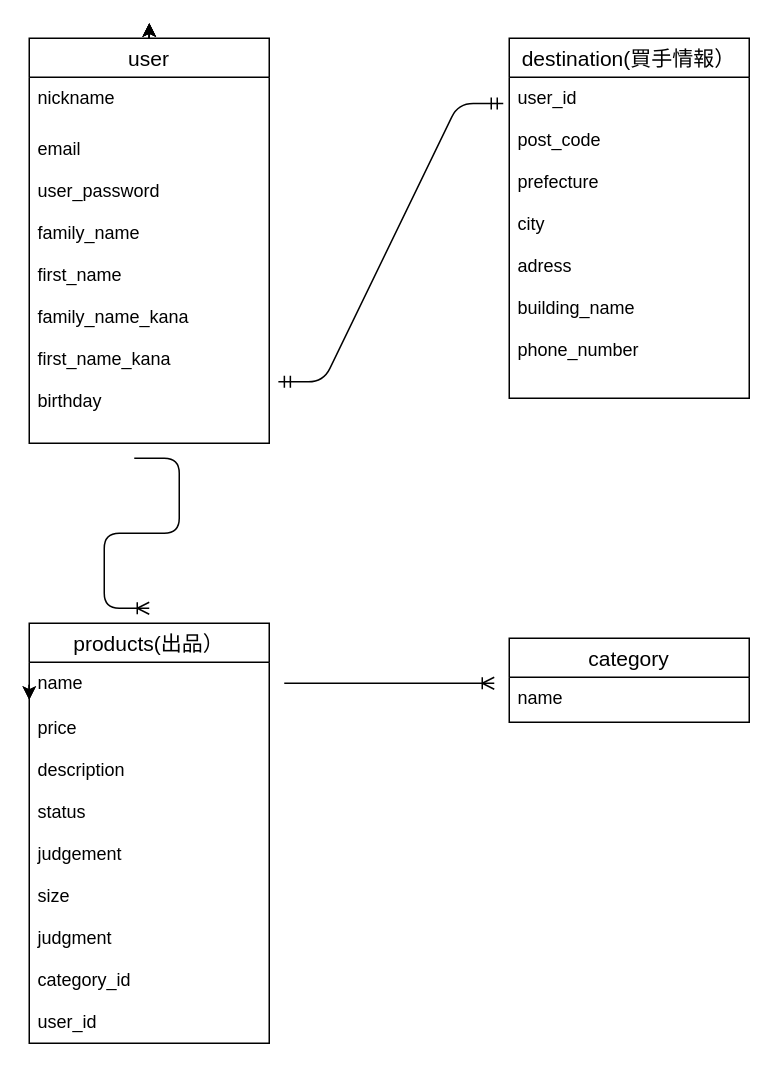
Before: page "ページ1" (1 of 3) of test.dio in kitou44/furima-30571, a draw.io diagram. Source tidied: cells renumbered, new cells numbered last; positions are measured from the earlier drawing's top-left corner, leaving out a move shared by most shapes. Both pictures are drawn from the tidied source at 150%, with x=0, y=0 at pixel (28, 22).
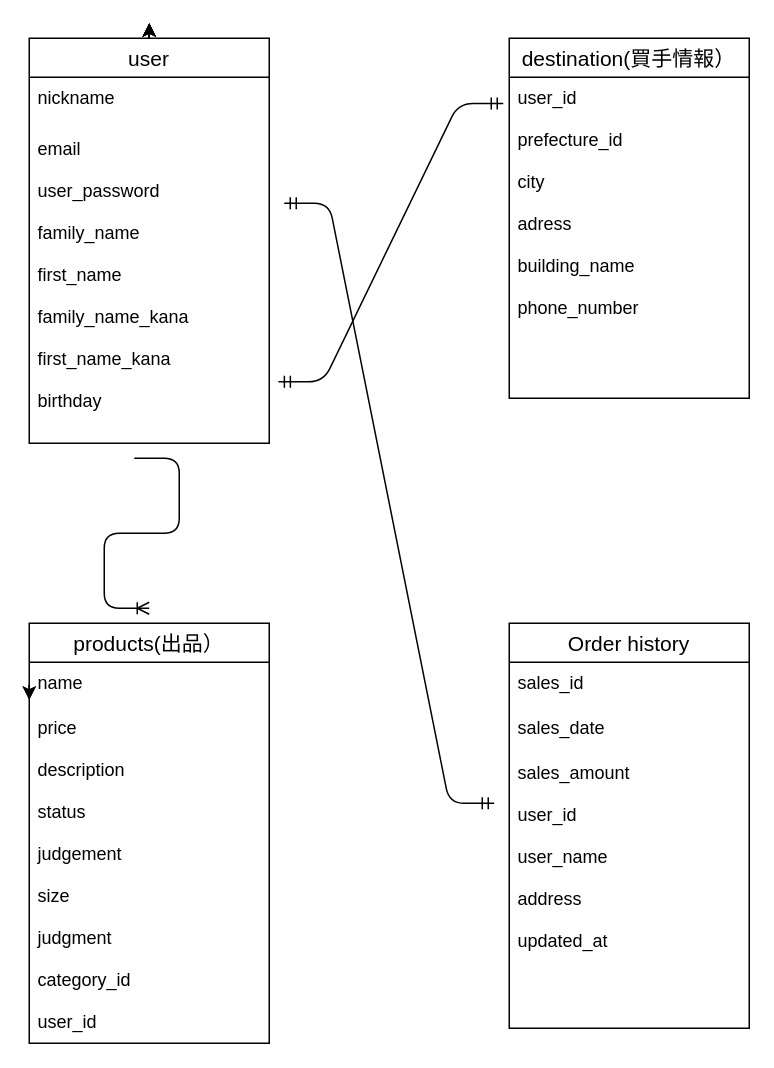
Above is the later version.

The change refers to these unchanged cells:
```xml
<mxCell id="17" value="destination(買手情報）" style="swimlane;fontStyle=0;horizontal=1;startSize=26;align=center;fontSize=14;rounded=0;sketch=0;" parent="1" vertex="1">
  <mxGeometry x="320" y="10" width="160" height="240" as="geometry" />
</mxCell>
```

Diff of the diagram source:
```diff
@@
-    <mxCell id="16" style="edgeStyle=entityRelationEdgeStyle;fontSize=12;html=1;endArrow=ERoneToMany;" parent="1" edge="1">
-      <mxGeometry relative="1" as="geometry">
-        <mxPoint x="170" y="440" as="sourcePoint" />
-        <mxPoint x="310" y="440" as="targetPoint" />
-      </mxGeometry>
-    </mxCell>
@@
-    <mxCell id="18" value="user_id&#10;&#10;post_code&#10;&#10;prefecture&#10;&#10;city&#10;&#10;adress&#10;&#10;building_name&#10;&#10;phone_number&#10;&#10;" style="text;strokeColor=none;fillColor=none;spacingLeft=4;spacingRight=4;overflow=hidden;points=[[0,0.5],[1,0.5]];portConstraint=eastwest;fontSize=12;" parent="17" vertex="1">
+    <mxCell id="18" value="user_id&#10;&#10;prefecture_id&#10;&#10;city&#10;&#10;adress&#10;&#10;building_name&#10;&#10;phone_number&#10;&#10;" style="text;strokeColor=none;fillColor=none;spacingLeft=4;spacingRight=4;overflow=hidden;points=[[0,0.5],[1,0.5]];portConstraint=eastwest;fontSize=12;" parent="17" vertex="1">
       <mxGeometry y="26" width="160" height="214" as="geometry" />
     </mxCell>
-    <mxCell id="19" value="category" style="swimlane;fontStyle=0;horizontal=1;startSize=26;align=center;fontSize=14;rounded=0;sketch=0;" parent="1" vertex="1">
-      <mxGeometry x="320" y="410" width="160" height="56" as="geometry" />
-    </mxCell>
-    <mxCell id="20" value="name" style="text;strokeColor=none;fillColor=none;spacingLeft=4;spacingRight=4;overflow=hidden;fontSize=12;" parent="19" vertex="1">
-      <mxGeometry y="26" width="160" height="30" as="geometry" />
-    </mxCell>
+    <mxCell id="21" value="Order history" style="swimlane;fontStyle=0;horizontal=1;startSize=26;align=center;fontSize=14;" parent="1" vertex="1">
+      <mxGeometry x="320" y="400" width="160" height="270" as="geometry" />
+    </mxCell>
+    <mxCell id="22" value="sales_id" style="text;strokeColor=none;fillColor=none;spacingLeft=4;spacingRight=4;overflow=hidden;fontSize=12;" parent="21" vertex="1">
+      <mxGeometry y="26" width="160" height="30" as="geometry" />
+    </mxCell>
+    <mxCell id="23" value="sales_date " style="text;strokeColor=none;fillColor=none;spacingLeft=4;spacingRight=4;overflow=hidden;fontSize=12;" parent="21" vertex="1">
+      <mxGeometry y="56" width="160" height="30" as="geometry" />
+    </mxCell>
+    <mxCell id="24" value="sales_amount &#10;&#10;user_id&#10;&#10;user_name&#10;&#10;address&#10;&#10;updated_at &#10;&#10;" style="text;strokeColor=none;fillColor=none;spacingLeft=4;spacingRight=4;overflow=hidden;fontSize=12;" parent="21" vertex="1">
+      <mxGeometry y="86" width="160" height="184" as="geometry" />
+    </mxCell>
+    <mxCell id="25" style="edgeStyle=entityRelationEdgeStyle;fontSize=12;html=1;endArrow=ERmandOne;startArrow=ERmandOne;" parent="1" edge="1">
+      <mxGeometry relative="1" as="geometry">
+        <mxPoint x="170" y="120" as="sourcePoint" />
+        <mxPoint x="310" y="520" as="targetPoint" />
+      </mxGeometry>
+    </mxCell>
```
